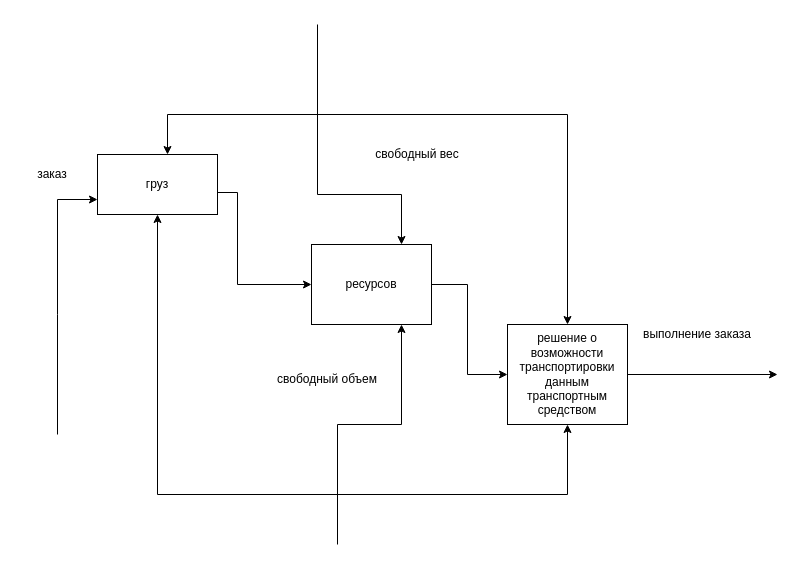
This is resource_check_schema.drawio from npocbet/TEK_model, a draw.io file, before an edit. Source tidied: cells renumbered, new cells numbered last; positions are measured from the earlier drawing's top-left corner, leaving out a move shared by most shapes. Both pictures are drawn from the tidied source at 100%, with x=0, y=0 at pixel (17, 24).
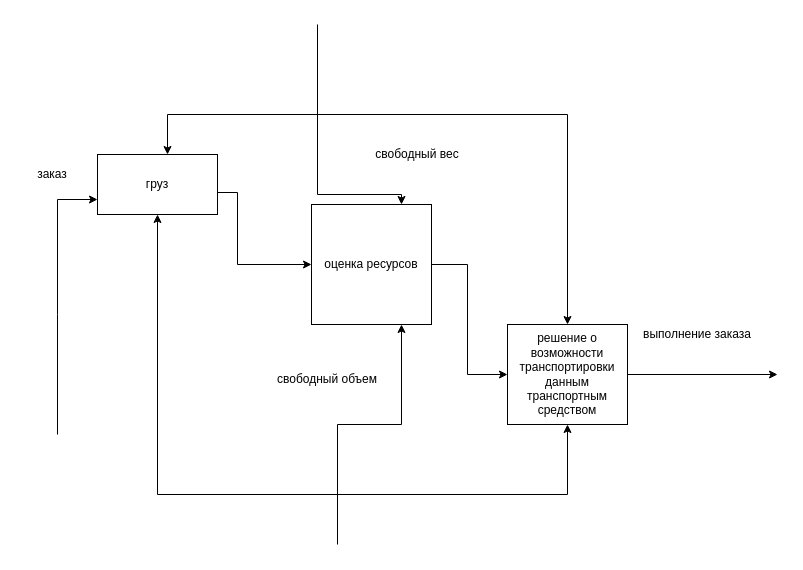
The same page after the edit.

The change refers to these unchanged cells:
```xml
<mxCell id="4" value="решение о возможности транспортировки данным транспортным средством" style="rounded=0;whiteSpace=wrap;html=1;" parent="1" vertex="1">
  <mxGeometry x="490" y="300" width="120" height="100" as="geometry" />
</mxCell>
```

What changed in the source:
```diff
@@
-    <mxCell id="3" value="ресурсов" style="rounded=0;whiteSpace=wrap;html=1;" parent="1" vertex="1">
-      <mxGeometry x="294" y="220" width="120" height="80" as="geometry" />
+    <mxCell id="3" value="оценка ресурсов" style="rounded=0;whiteSpace=wrap;html=1;" parent="1" vertex="1">
+      <mxGeometry x="294" y="180" width="120" height="120" as="geometry" />
     </mxCell>
@@
     <mxCell id="10" style="endArrow=classic;html=1;rounded=0;entryX=0;entryY=0.5;entryDx=0;entryDy=0;" parent="1" edge="1" target="3">
       <mxGeometry relative="1" as="geometry">
         <mxPoint x="200" y="168" as="sourcePoint" />
         <Array as="points">
           <mxPoint x="220" y="168" />
-          <mxPoint x="220" y="260" />
+          <mxPoint x="220" y="240" />
         </Array>
       </mxGeometry>
     </mxCell>
@@
     <mxCell id="14" style="endArrow=classic;html=1;rounded=0;exitX=1;exitY=0.5;exitDx=0;exitDy=0;entryX=0;entryY=0.5;entryDx=0;entryDy=0;" parent="1" edge="1" source="3" target="4">
       <mxGeometry relative="1" as="geometry">
         <Array as="points">
-          <mxPoint x="450" y="260" />
+          <mxPoint x="450" y="240" />
           <mxPoint x="450" y="350" />
         </Array>
       </mxGeometry>
     </mxCell>
```
